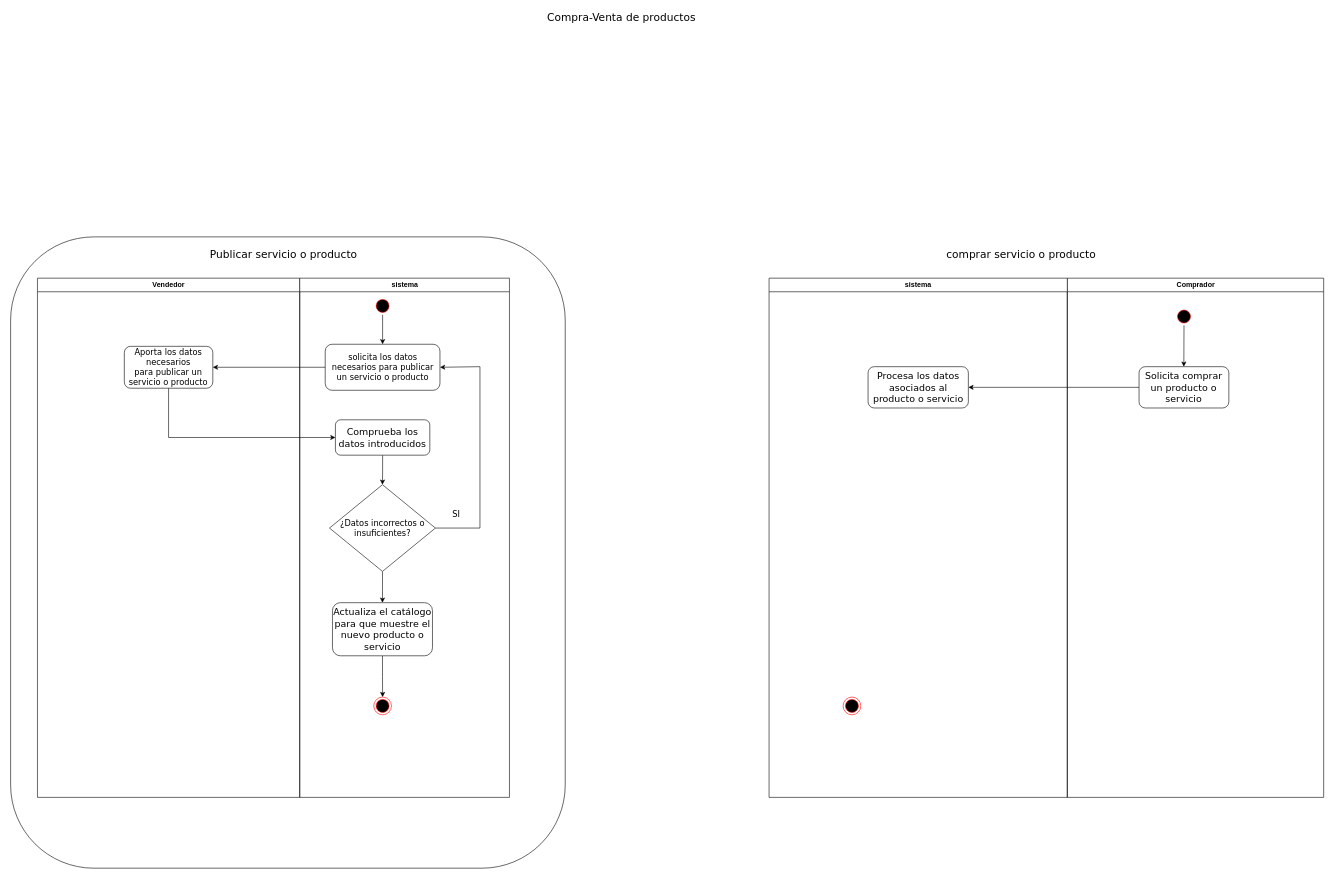
Above: actividad.drawio in AyobAsroutVargas/lab1 (draw.io), before the change. Source tidied: cells renumbered, new cells numbered last; positions are measured from the earlier drawing's top-left corner, leaving out a move shared by most shapes. Both pictures are drawn from the tidied source at 59%, with x=0, y=0 at pixel (10, 11).
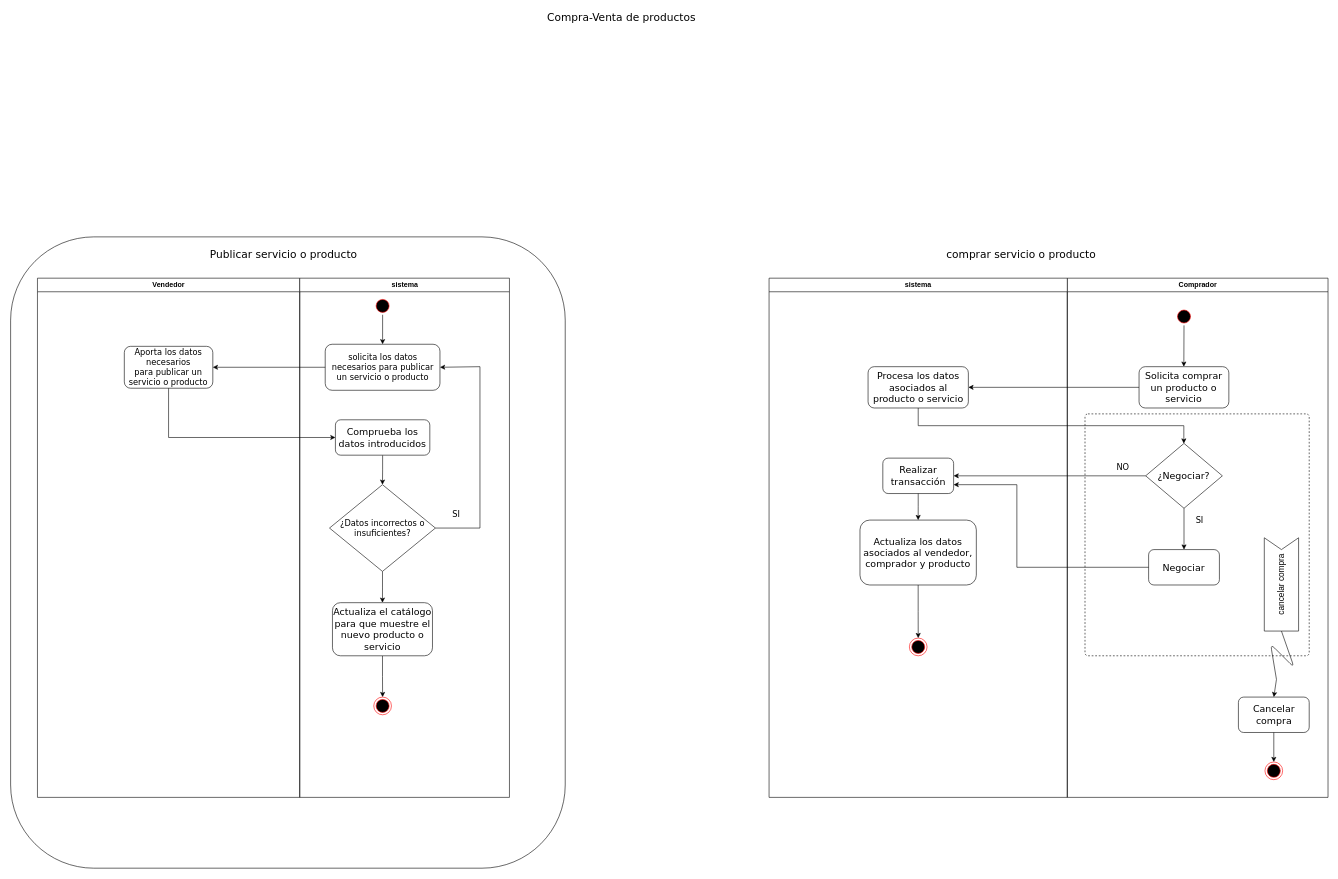
Above is the later version.

The change refers to these unchanged cells:
```xml
<mxCell id="26" value="sistema" style="swimlane;whiteSpace=wrap;" parent="1" vertex="1">
  <mxGeometry x="1286" y="453" width="505.5" height="880" as="geometry" />
</mxCell>
<mxCell id="29" value="&lt;font face=&quot;Verdana&quot; size=&quot;3&quot;&gt;Procesa los datos asociados al producto o servicio&lt;/font&gt;" style="rounded=1;whiteSpace=wrap;html=1;fillColor=none;" parent="26" vertex="1">
  <mxGeometry x="167.8" y="150" width="170" height="70" as="geometry" />
</mxCell>
```

Change to the diagram source:
```diff
@@
     <mxCell id="18" value="Comprador" style="swimlane;whiteSpace=wrap;" parent="1" vertex="1">
-      <mxGeometry x="1791.5" y="453" width="434.5" height="880" as="geometry" />
+      <mxGeometry x="1791.5" y="453" width="441.9" height="880" as="geometry" />
     </mxCell>
@@
+    <mxCell id="31" style="edgeStyle=orthogonalEdgeStyle;rounded=0;jettySize=auto;html=1;entryX=0.5;entryY=0;entryDx=0;entryDy=0;" parent="18" edge="1" source="32" target="34">
+      <mxGeometry relative="1" as="geometry" />
+    </mxCell>
+    <mxCell id="32" value="&lt;font face=&quot;Verdana&quot; size=&quot;3&quot;&gt;¿Negociar?&lt;/font&gt;" style="rhombus;whiteSpace=wrap;html=1;fillColor=none;" parent="18" vertex="1">
+      <mxGeometry x="132.8" y="280" width="130" height="110" as="geometry" />
+    </mxCell>
+    <mxCell id="33" value="&lt;font face=&quot;Verdana&quot; style=&quot;font-size: 14px&quot;&gt;NO&lt;/font&gt;" style="text;html=1;strokeColor=none;fillColor=none;align=center;verticalAlign=middle;whiteSpace=wrap;rounded=0;" parent="18" vertex="1">
+      <mxGeometry x="74.5" y="310" width="40" height="20" as="geometry" />
+    </mxCell>
+    <mxCell id="34" value="&lt;font face=&quot;Verdana&quot; size=&quot;3&quot;&gt;Negociar&lt;/font&gt;" style="rounded=1;whiteSpace=wrap;html=1;fillColor=none;" parent="18" vertex="1">
+      <mxGeometry x="137.8" y="460" width="120" height="60" as="geometry" />
+    </mxCell>
+    <mxCell id="35" value="&lt;font face=&quot;Verdana&quot; style=&quot;font-size: 14px&quot;&gt;SI&lt;/font&gt;" style="text;html=1;strokeColor=none;fillColor=none;align=center;verticalAlign=middle;whiteSpace=wrap;rounded=0;" parent="18" vertex="1">
+      <mxGeometry x="204.5" y="400" width="40" height="20" as="geometry" />
+    </mxCell>
+    <mxCell id="36" style="html=1;align=center;verticalAlign=top;rounded=1;absoluteArcSize=1;arcSize=10;dashed=1;fillColor=none;" parent="18" vertex="1">
+      <mxGeometry x="30" y="230" width="380" height="410" as="geometry" />
+    </mxCell>
+    <mxCell id="37" value="cancelar compra" style="html=1;shape=mxgraph.infographic.ribbonSimple;notch1=20;notch2=0;align=center;verticalAlign=middle;fontSize=14;fontStyle=0;flipH=1;fillColor=#FFFFFF;rotation=-90;" parent="18" vertex="1">
+      <mxGeometry x="283.9" y="490" width="158.1" height="58.1" as="geometry" />
+    </mxCell>
+    <mxCell id="38" style="endArrow=none;html=1;entryX=1;entryY=0.5;entryDx=0;entryDy=0;entryPerimeter=0;" parent="18" edge="1" target="37">
+      <mxGeometry relative="1" as="geometry">
+        <mxPoint x="354.5" y="680" as="sourcePoint" />
+        <Array as="points">
+          <mxPoint x="344.5" y="620" />
+          <mxPoint x="384.5" y="660" />
+        </Array>
+      </mxGeometry>
+    </mxCell>
+    <mxCell id="39" value="&lt;font face=&quot;Verdana&quot; size=&quot;3&quot;&gt;Cancelar compra&lt;/font&gt;" style="rounded=1;whiteSpace=wrap;html=1;fillColor=none;" parent="18" vertex="1">
+      <mxGeometry x="290" y="710" width="120" height="60" as="geometry" />
+    </mxCell>
+    <mxCell id="40" style="ellipse;shape=endState;fillColor=#000000;strokeColor=#ff0000;" parent="18" vertex="1">
+      <mxGeometry x="335" y="820" width="30" height="30" as="geometry" />
+    </mxCell>
+    <mxCell id="41" style="endArrow=classic;html=1;exitX=0.5;exitY=1;exitDx=0;exitDy=0;entryX=0.5;entryY=0;entryDx=0;entryDy=0;" parent="18" edge="1" source="39" target="40">
+      <mxGeometry relative="1" as="geometry" />
+    </mxCell>
@@
     <mxCell id="28" style="ellipse;shape=endState;fillColor=#000000;strokeColor=#ff0000;" parent="26" vertex="1">
-      <mxGeometry x="125.5" y="710" width="30" height="30" as="geometry" />
+      <mxGeometry x="237.8" y="610" width="30" height="30" as="geometry" />
     </mxCell>
@@
+    <mxCell id="42" style="edgeStyle=orthogonalEdgeStyle;rounded=0;jettySize=auto;html=1;entryX=0.5;entryY=0;entryDx=0;entryDy=0;" parent="26" edge="1" source="43" target="45">
+      <mxGeometry relative="1" as="geometry" />
+    </mxCell>
+    <mxCell id="43" value="&lt;font face=&quot;Verdana&quot; size=&quot;3&quot;&gt;Realizar transacción&lt;/font&gt;" style="rounded=1;whiteSpace=wrap;html=1;fillColor=none;" parent="26" vertex="1">
+      <mxGeometry x="192.8" y="305" width="120" height="60" as="geometry" />
+    </mxCell>
+    <mxCell id="44" style="edgeStyle=orthogonalEdgeStyle;rounded=0;jettySize=auto;html=1;entryX=0.5;entryY=0;entryDx=0;entryDy=0;" parent="26" edge="1" source="45" target="28">
+      <mxGeometry relative="1" as="geometry" />
+    </mxCell>
+    <mxCell id="45" value="&lt;font face=&quot;Verdana&quot; size=&quot;3&quot;&gt;Actualiza los datos asociados al vendedor, comprador y producto&lt;/font&gt;" style="rounded=1;whiteSpace=wrap;html=1;fillColor=none;" parent="26" vertex="1">
+      <mxGeometry x="154.1" y="410" width="197.2" height="110" as="geometry" />
+    </mxCell>
@@
+    <mxCell id="46" style="edgeStyle=orthogonalEdgeStyle;rounded=0;jettySize=auto;html=1;" parent="1" edge="1" source="29" target="32">
+      <mxGeometry relative="1" as="geometry">
+        <Array as="points">
+          <mxPoint x="1539" y="703" />
+          <mxPoint x="1989" y="703" />
+        </Array>
+      </mxGeometry>
+    </mxCell>
+    <mxCell id="47" style="edgeStyle=orthogonalEdgeStyle;rounded=0;jettySize=auto;html=1;entryX=1;entryY=0.5;entryDx=0;entryDy=0;" parent="1" edge="1" source="32" target="43">
+      <mxGeometry relative="1" as="geometry" />
+    </mxCell>
+    <mxCell id="48" style="edgeStyle=orthogonalEdgeStyle;rounded=0;jettySize=auto;html=1;entryX=1;entryY=0.75;entryDx=0;entryDy=0;" parent="1" edge="1" source="34" target="43">
+      <mxGeometry relative="1" as="geometry">
+        <Array as="points">
+          <mxPoint x="1706" y="943" />
+          <mxPoint x="1706" y="803" />
+        </Array>
+      </mxGeometry>
+    </mxCell>
+    <mxCell id="49" style="endArrow=classic;html=1;entryX=0.5;entryY=0;entryDx=0;entryDy=0;" parent="1" edge="1" target="39">
+      <mxGeometry relative="1" as="geometry">
+        <mxPoint x="2146" y="1133" as="sourcePoint" />
+      </mxGeometry>
+    </mxCell>
```
